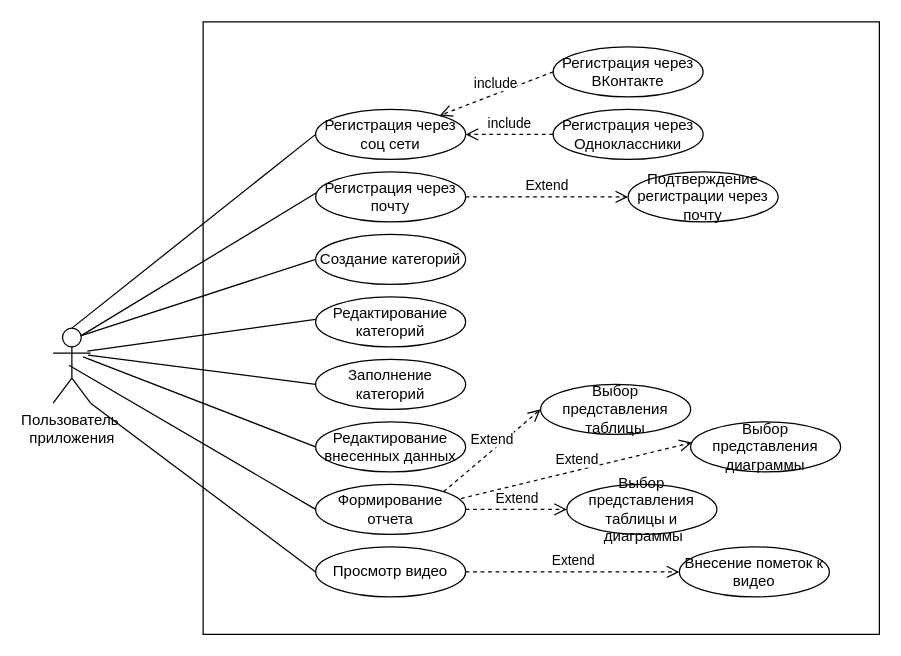
Before: Диаграмма без названия.drawio in AleksandrKanin/netology-homework, a draw.io diagram. Source tidied: cells renumbered, new cells numbered last; positions are measured from the earlier drawing's top-left corner, leaving out a move shared by most shapes. Both pictures are drawn from the tidied source at 125%, with x=0, y=0 at pixel (52, 21).
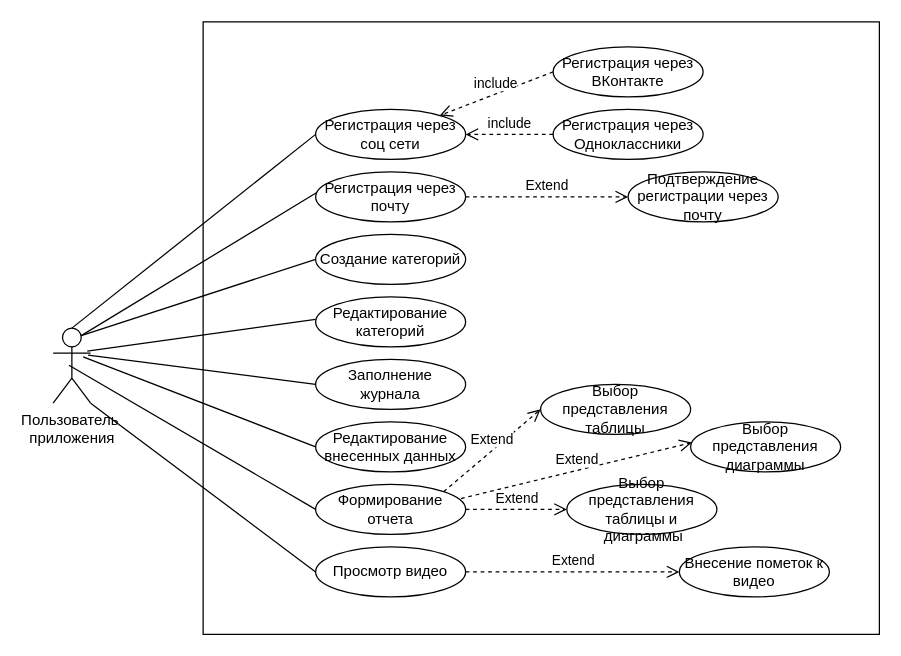
The same diagram, later.

Change to the diagram source:
```diff
@@
-    <mxCell id="8" value="Заполнение категорий" style="ellipse;whiteSpace=wrap;html=1;" parent="1" vertex="1">
+    <mxCell id="8" value="Заполнение журнала" style="ellipse;whiteSpace=wrap;html=1;" parent="1" vertex="1">
       <mxGeometry x="210" y="270" width="120" height="40" as="geometry" />
     </mxCell>
```
